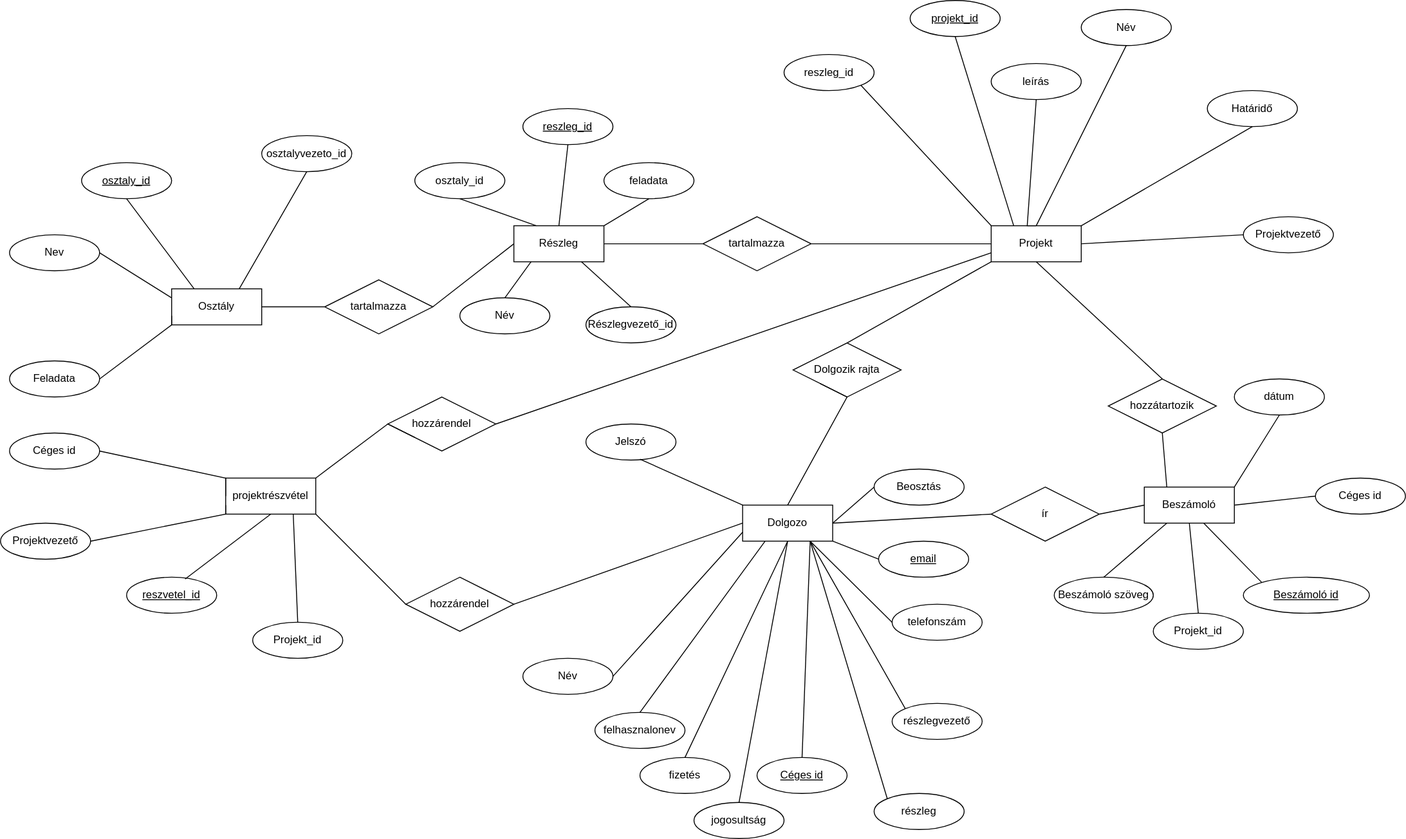
Before: adatb.drawio.svg, a diagram exported from draw.io (Alfonz33/adatbazis-projektmunka). Source tidied: cells renumbered, new cells last; positions are measured from the earlier drawing's top-left corner, leaving out a move shared by most shapes.
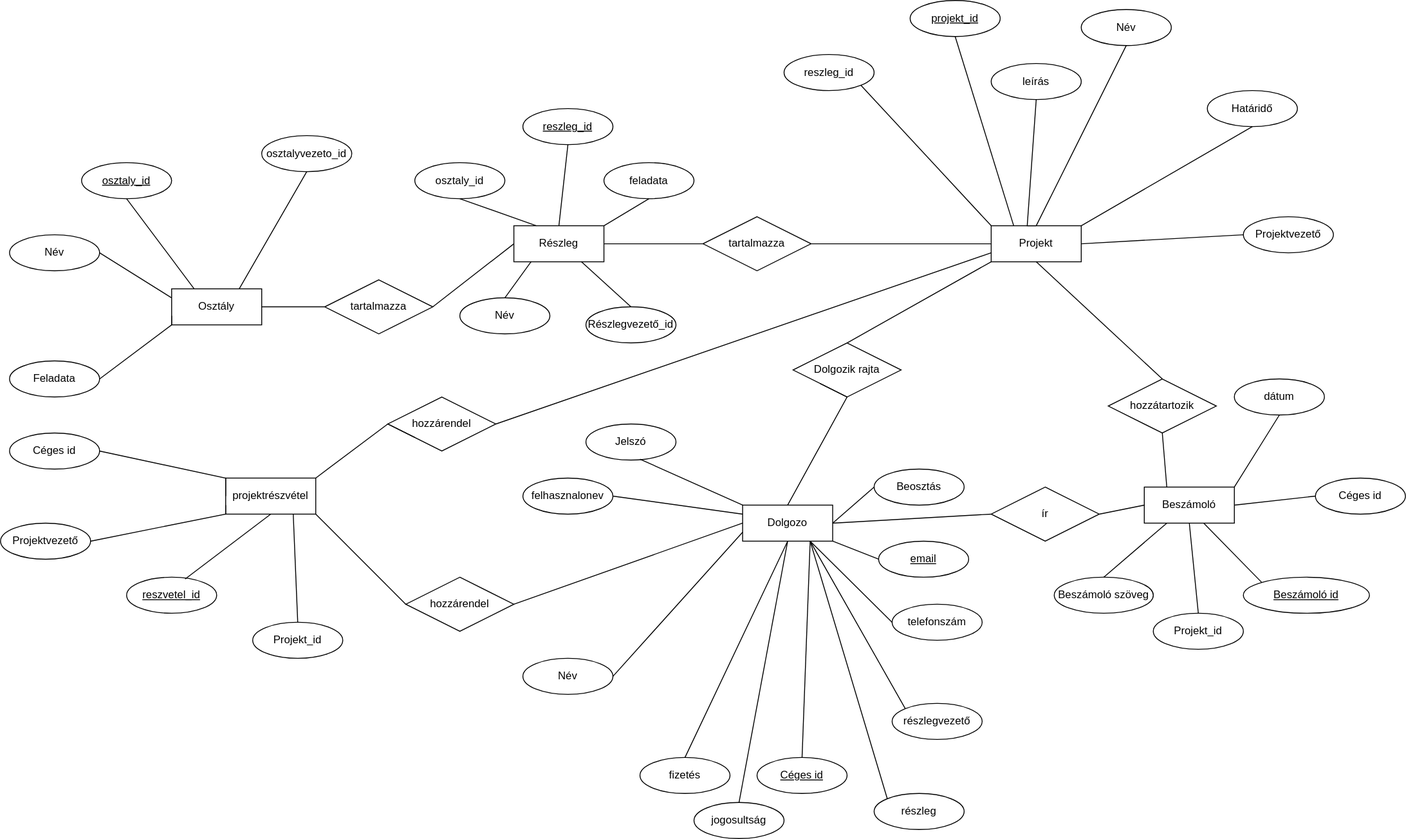
Later version of the same file.

Diff of the diagram source:
```diff
@@ -63,7 +63,7 @@
         </Array>
       </mxGeometry>
     </mxCell>
-    <mxCell id="21" value="Nev" style="ellipse;whiteSpace=wrap;html=1;align=center;" parent="1" vertex="1">
+    <mxCell id="21" value="Név" style="ellipse;whiteSpace=wrap;html=1;align=center;" parent="1" vertex="1">
       <mxGeometry x="10" y="260" width="100" height="40" as="geometry" />
     </mxCell>
     <mxCell id="22" style="endArrow=none;html=1;rounded=0;exitX=1;exitY=0.5;exitDx=0;exitDy=0;entryX=0;entryY=0.25;entryDx=0;entryDy=0;" parent="1" edge="1" source="21" target="11">
@@ -245,7 +245,7 @@
       <mxGeometry relative="1" as="geometry" />
     </mxCell>
     <mxCell id="76" value="felhasznalonev" style="ellipse;whiteSpace=wrap;html=1;align=center;" parent="1" vertex="1">
-      <mxGeometry x="660" y="790" width="100" height="40" as="geometry" />
+      <mxGeometry x="580" y="530" width="100" height="40" as="geometry" />
     </mxCell>
     <mxCell id="77" value="email" style="ellipse;whiteSpace=wrap;html=1;align=center;fontStyle=4;" parent="1" vertex="1">
       <mxGeometry x="975" y="600" width="100" height="40" as="geometry" />
@@ -271,7 +271,7 @@
     <mxCell id="84" style="endArrow=none;html=1;rounded=0;exitX=0.75;exitY=1;exitDx=0;exitDy=0;entryX=0;entryY=0.5;entryDx=0;entryDy=0;" parent="1" edge="1" source="2" target="78">
       <mxGeometry relative="1" as="geometry" />
     </mxCell>
-    <mxCell id="85" style="endArrow=none;html=1;rounded=0;exitX=0.25;exitY=1;exitDx=0;exitDy=0;entryX=0.5;entryY=0;entryDx=0;entryDy=0;" parent="1" edge="1" source="2" target="76">
+    <mxCell id="85" style="endArrow=none;html=1;rounded=0;exitX=0;exitY=0.25;exitDx=0;exitDy=0;entryX=1;entryY=0.5;entryDx=0;entryDy=0;" parent="1" edge="1" source="2" target="76">
       <mxGeometry relative="1" as="geometry" />
     </mxCell>
     <mxCell id="86" style="endArrow=none;html=1;rounded=0;exitX=0.5;exitY=1;exitDx=0;exitDy=0;entryX=0.5;entryY=0;entryDx=0;entryDy=0;" parent="1" edge="1" source="2" target="4">
```
